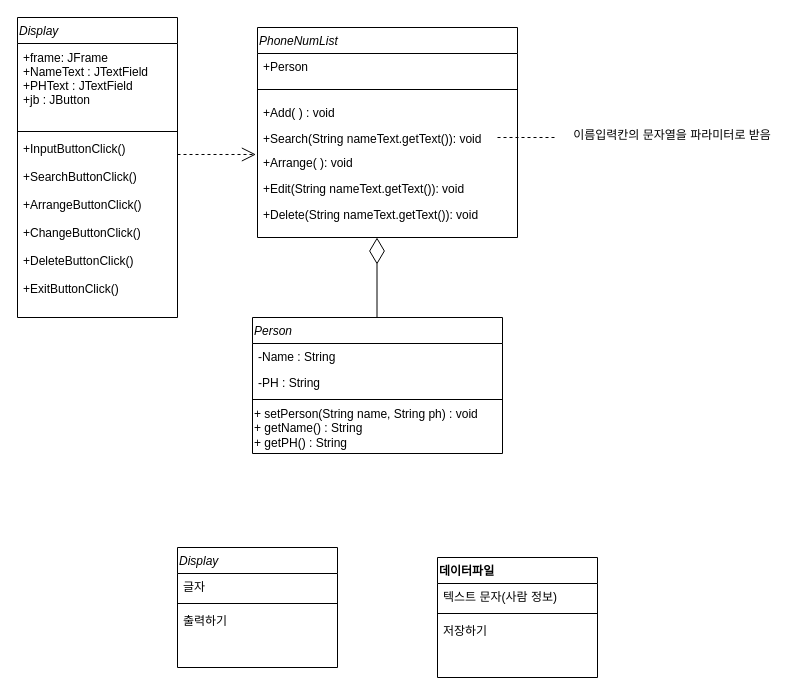
This is 순서도/전화번호부 클래스다이어그램_java.drawio from skatld123/PH_list_java, a draw.io file, before an edit. Source tidied: cells renumbered, new cells numbered last; positions are measured from the earlier drawing's top-left corner, leaving out a move shared by most shapes. Both pictures are drawn from the tidied source at 100%, with x=0, y=0 at pixel (17, 17).
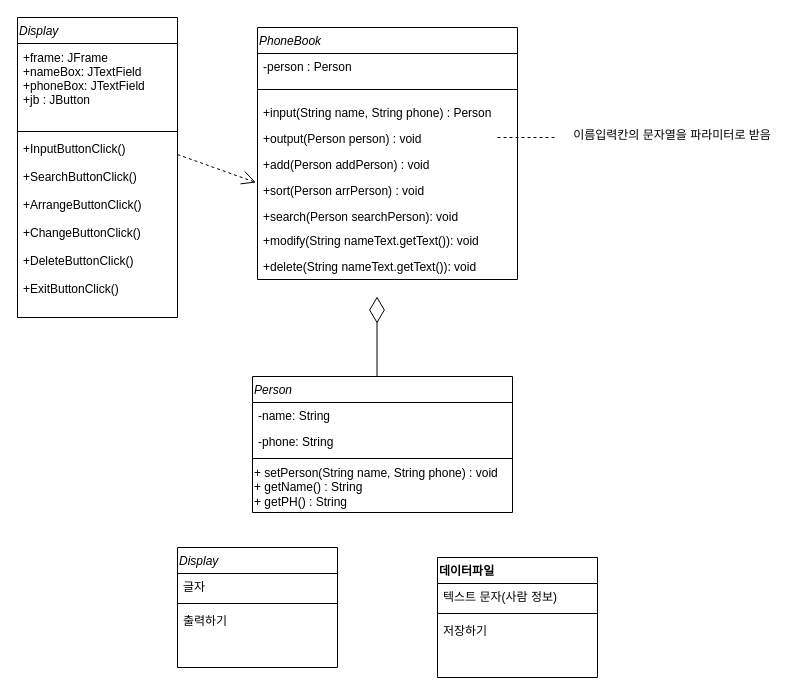
The same diagram, later.

Commit message:
전화번호부 클래스다이어그램_java.drawio 업데이트

Unchanged cells that the change refers to:
```xml
<mxCell id="16" value="Display" style="swimlane;fontStyle=2;align=left;verticalAlign=top;horizontal=1;startSize=26;" parent="1" vertex="1">
  <mxGeometry width="160" height="300" as="geometry" />
</mxCell>
```

Change to the diagram source:
```diff
@@
-    <mxCell id="2" value="PhoneNumList" style="swimlane;fontStyle=2;align=left;verticalAlign=top;horizontal=1;startSize=26;rounded=0;shadow=0;strokeWidth=1;" parent="1" vertex="1">
-      <mxGeometry x="240" y="10" width="260" height="210" as="geometry" />
+    <mxCell id="2" value="PhoneBook" style="swimlane;fontStyle=2;align=left;verticalAlign=top;horizontal=1;startSize=26;rounded=0;shadow=0;strokeWidth=1;" parent="1" vertex="1">
+      <mxGeometry x="240" y="10" width="260" height="252" as="geometry" />
     </mxCell>
-    <mxCell id="3" value="+Person" style="text;align=left;verticalAlign=top;spacingLeft=4;spacingRight=4;overflow=hidden;" parent="2" vertex="1">
+    <mxCell id="3" value="-person : Person" style="text;align=left;verticalAlign=top;spacingLeft=4;spacingRight=4;overflow=hidden;" parent="2" vertex="1">
       <mxGeometry y="26" width="260" height="26" as="geometry" />
     </mxCell>
@@
+    <mxCell id="31" value="+input(String name, String phone) : Person" style="text;strokeColor=none;fillColor=none;align=left;verticalAlign=top;spacingLeft=4;spacingRight=4;overflow=hidden;" parent="2" vertex="1">
+      <mxGeometry y="72" width="260" height="26" as="geometry" />
+    </mxCell>
+    <mxCell id="32" value="+output(Person person) : void " style="text;strokeColor=none;fillColor=none;align=left;verticalAlign=top;spacingLeft=4;spacingRight=4;overflow=hidden;" parent="2" vertex="1">
+      <mxGeometry y="98" width="260" height="26" as="geometry" />
+    </mxCell>
-    <mxCell id="5" value="+Add( ) : void" style="text;strokeColor=none;fillColor=none;align=left;verticalAlign=top;spacingLeft=4;spacingRight=4;overflow=hidden;" parent="2" vertex="1">
-      <mxGeometry y="72" width="260" height="26" as="geometry" />
+    <mxCell id="5" value="+add(Person addPerson) : void" style="text;strokeColor=none;fillColor=none;align=left;verticalAlign=top;spacingLeft=4;spacingRight=4;overflow=hidden;" parent="2" vertex="1">
+      <mxGeometry y="124" width="260" height="26" as="geometry" />
     </mxCell>
+    <mxCell id="7" value="+sort(Person arrPerson) : void" style="text;strokeColor=none;fillColor=none;align=left;verticalAlign=top;spacingLeft=4;spacingRight=4;overflow=hidden;points=[[0,0.5],[1,0.5]];portConstraint=eastwest;" parent="2" vertex="1">
+      <mxGeometry y="150" width="260" height="26" as="geometry" />
+    </mxCell>
-    <mxCell id="6" value="+Search(String nameText.getText()): void" style="text;strokeColor=none;fillColor=none;align=left;verticalAlign=top;spacingLeft=4;spacingRight=4;overflow=hidden;" parent="2" vertex="1">
-      <mxGeometry y="98" width="260" height="24" as="geometry" />
+    <mxCell id="6" value="+search(Person searchPerson): void" style="text;strokeColor=none;fillColor=none;align=left;verticalAlign=top;spacingLeft=4;spacingRight=4;overflow=hidden;" parent="2" vertex="1">
+      <mxGeometry y="176" width="260" height="24" as="geometry" />
     </mxCell>
-    <mxCell id="7" value="+Arrange( ): void" style="text;strokeColor=none;fillColor=none;align=left;verticalAlign=top;spacingLeft=4;spacingRight=4;overflow=hidden;points=[[0,0.5],[1,0.5]];portConstraint=eastwest;" parent="2" vertex="1">
-      <mxGeometry y="122" width="260" height="26" as="geometry" />
-    </mxCell>
@@
-    <mxCell id="9" value="+Edit(String nameText.getText()): void" style="text;strokeColor=none;fillColor=none;align=left;verticalAlign=top;spacingLeft=4;spacingRight=4;overflow=hidden;" parent="2" vertex="1">
-      <mxGeometry y="148" width="260" height="26" as="geometry" />
+    <mxCell id="9" value="+modify(String nameText.getText()): void" style="text;strokeColor=none;fillColor=none;align=left;verticalAlign=top;spacingLeft=4;spacingRight=4;overflow=hidden;" parent="2" vertex="1">
+      <mxGeometry y="200" width="260" height="26" as="geometry" />
     </mxCell>
-    <mxCell id="10" value="+Delete(String nameText.getText()): void" style="text;strokeColor=none;fillColor=none;align=left;verticalAlign=top;spacingLeft=4;spacingRight=4;overflow=hidden;" parent="2" vertex="1">
-      <mxGeometry y="174" width="260" height="26" as="geometry" />
+    <mxCell id="10" value="+delete(String nameText.getText()): void" style="text;strokeColor=none;fillColor=none;align=left;verticalAlign=top;spacingLeft=4;spacingRight=4;overflow=hidden;" parent="2" vertex="1">
+      <mxGeometry y="226" width="260" height="26" as="geometry" />
     </mxCell>
     <mxCell id="11" value="Person" style="swimlane;fontStyle=2;align=left;verticalAlign=top;horizontal=1;startSize=26;rounded=0;shadow=0;strokeWidth=1;" parent="1" vertex="1">
-      <mxGeometry x="235" y="300" width="250" height="136" as="geometry" />
+      <mxGeometry x="235" y="359" width="260" height="136" as="geometry" />
     </mxCell>
-    <mxCell id="12" value="-Name : String" style="text;align=left;verticalAlign=top;spacingLeft=4;spacingRight=4;overflow=hidden;" parent="11" vertex="1">
-      <mxGeometry y="26" width="250" height="26" as="geometry" />
+    <mxCell id="12" value="-name: String" style="text;align=left;verticalAlign=top;spacingLeft=4;spacingRight=4;overflow=hidden;" parent="11" vertex="1">
+      <mxGeometry y="26" width="260" height="26" as="geometry" />
     </mxCell>
-    <mxCell id="13" value="-PH : String" style="text;align=left;verticalAlign=top;spacingLeft=4;spacingRight=4;overflow=hidden;rounded=0;shadow=0;html=0;" parent="11" vertex="1">
-      <mxGeometry y="52" width="250" height="26" as="geometry" />
+    <mxCell id="13" value="-phone: String" style="text;align=left;verticalAlign=top;spacingLeft=4;spacingRight=4;overflow=hidden;rounded=0;shadow=0;html=0;" parent="11" vertex="1">
+      <mxGeometry y="52" width="260" height="26" as="geometry" />
     </mxCell>
     <mxCell id="14" style="line;html=1;strokeWidth=1;align=left;verticalAlign=middle;spacingTop=-1;spacingLeft=3;spacingRight=3;labelPosition=right;" parent="11" vertex="1">
-      <mxGeometry y="78" width="250" height="8" as="geometry" />
+      <mxGeometry y="78" width="260" height="8" as="geometry" />
     </mxCell>
-    <mxCell id="15" value="+ setPerson(String name, String ph) : void&lt;br&gt;+ getName() : String&lt;br&gt;+ getPH() : String" style="text;html=1;align=left;verticalAlign=middle;" parent="11" vertex="1">
-      <mxGeometry y="86" width="250" height="50" as="geometry" />
+    <mxCell id="15" value="+ setPerson(String name, String phone) : void&lt;br&gt;+ getName() : String&lt;br&gt;+ getPH() : String" style="text;html=1;align=left;verticalAlign=middle;" parent="11" vertex="1">
+      <mxGeometry y="86" width="260" height="50" as="geometry" />
     </mxCell>
@@
-    <mxCell id="17" value="+frame: JFrame&#10;+NameText : JTextField&#10;+PHText : JTextField&#10;+jb : JButton" style="text;strokeColor=none;fillColor=none;align=left;verticalAlign=top;spacingLeft=4;spacingRight=4;overflow=hidden;spacing=2;spacingTop=1;" parent="16" vertex="1">
+    <mxCell id="17" value="+frame: JFrame&#10;+nameBox: JTextField&#10;+phoneBox: JTextField&#10;+jb : JButton" style="text;strokeColor=none;fillColor=none;align=left;verticalAlign=top;spacingLeft=4;spacingRight=4;overflow=hidden;spacing=2;spacingTop=1;" parent="16" vertex="1">
       <mxGeometry y="26" width="160" height="84" as="geometry" />
     </mxCell>
@@
     <mxCell id="20" style="endArrow=diamondThin;endFill=0;endSize=24;html=1;" parent="1" edge="1">
       <mxGeometry relative="1" as="geometry">
-        <mxPoint x="359.5" y="300" as="sourcePoint" />
-        <mxPoint x="359.5" y="220" as="targetPoint" />
+        <mxPoint x="359.5" y="359" as="sourcePoint" />
+        <mxPoint x="359.5" y="279" as="targetPoint" />
       </mxGeometry>
     </mxCell>
```
